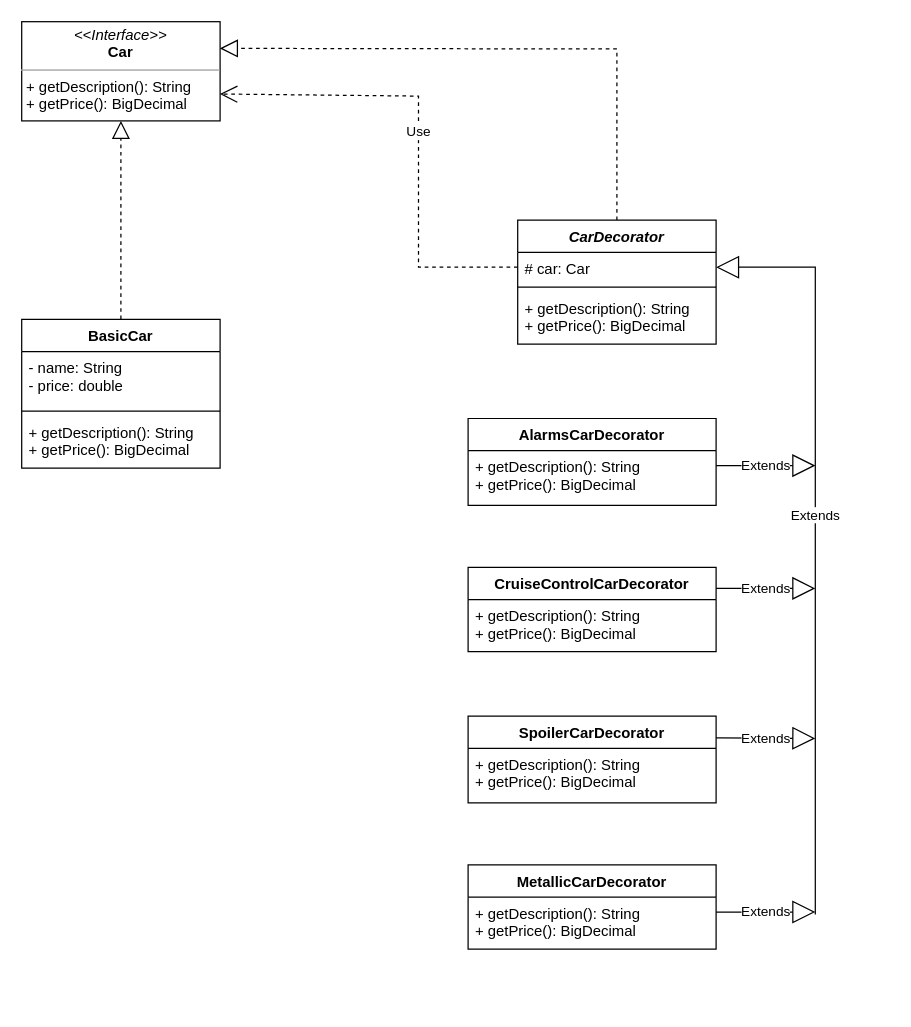
The draw.io diagram src/structural/decorator/decorator.drawio in SichniyAndriy/Avada_Task-5_Patterns, before the edit. Source tidied: cells renumbered, new cells numbered last; positions are measured from the earlier drawing's top-left corner, leaving out a move shared by most shapes. Both pictures are drawn from the tidied source at 124%, with x=0, y=0 at pixel (21, 21).
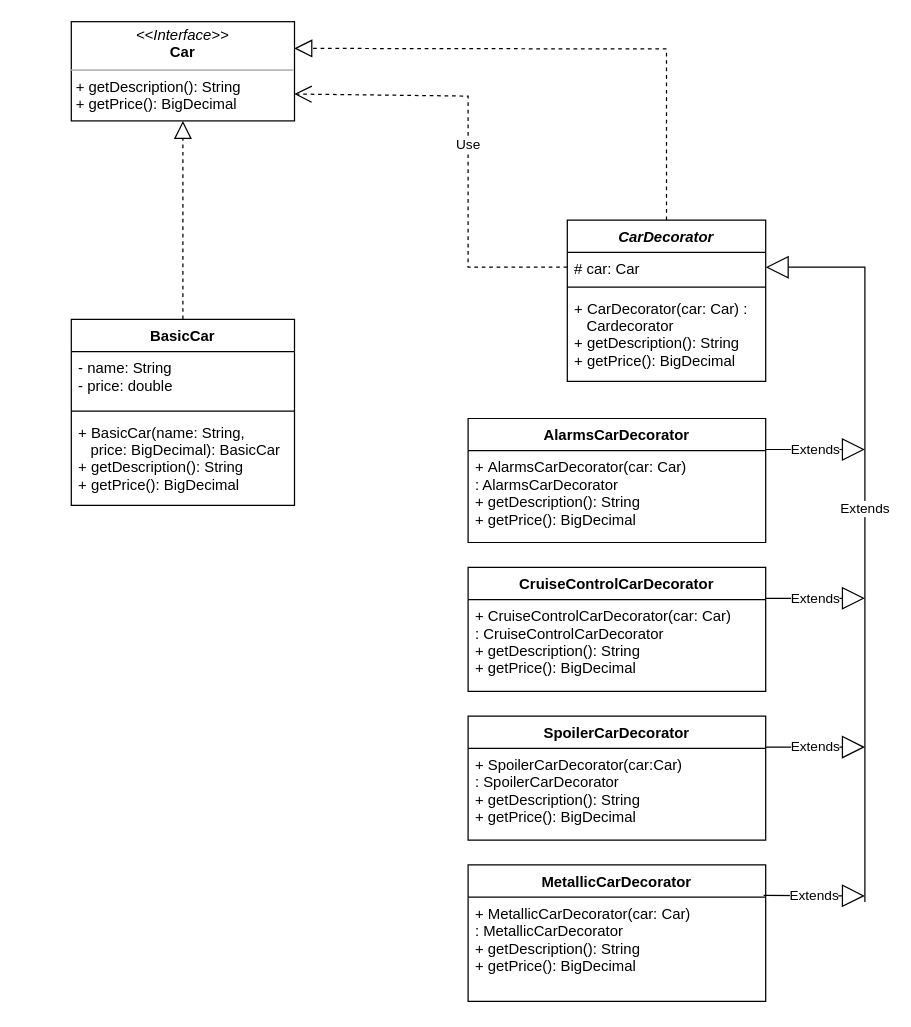
The same diagram, later.

Commit message:
fix decorator diagram

Unchanged cells that the change refers to:
```xml
<mxCell id="8" value="# car: Car" style="text;strokeColor=none;fillColor=none;align=left;verticalAlign=top;spacingLeft=4;spacingRight=4;overflow=hidden;points=[[0,0.5],[1,0.5]];portConstraint=eastwest;" parent="7" vertex="1">
  <mxGeometry y="26" width="160" height="24" as="geometry" />
</mxCell>
```

The edit, as a diff of the source:
```diff
@@
     <mxCell id="2" value="&lt;p style=&quot;margin:0px;margin-top:4px;text-align:center;&quot;&gt;&lt;i&gt;&amp;lt;&amp;lt;Interface&amp;gt;&amp;gt;&lt;/i&gt;&lt;br&gt;&lt;b&gt;Car&lt;/b&gt;&lt;/p&gt;&lt;hr size=&quot;1&quot;&gt;&lt;p style=&quot;margin:0px;margin-left:4px;&quot;&gt;+ getDescription(): String&lt;br style=&quot;padding: 0px; margin: 0px;&quot;&gt;+ getPrice(): BigDecimal&lt;br style=&quot;padding: 0px; margin: 0px;&quot;&gt;&lt;br&gt;&lt;/p&gt;" style="verticalAlign=top;align=left;overflow=fill;fontSize=12;fontFamily=Helvetica;html=1;" parent="1" vertex="1">
-      <mxGeometry width="160" height="80" as="geometry" />
+      <mxGeometry x="40" width="180" height="80" as="geometry" />
     </mxCell>
     <mxCell id="3" value="BasicCar" style="swimlane;fontStyle=1;align=center;verticalAlign=top;horizontal=1;startSize=26;" parent="1" vertex="1">
-      <mxGeometry y="240" width="160" height="120" as="geometry" />
+      <mxGeometry x="40" y="240" width="180" height="150" as="geometry" />
     </mxCell>
     <mxCell id="4" value="- name: String&#10;- price: double" style="text;strokeColor=none;fillColor=none;align=left;verticalAlign=top;spacingLeft=4;spacingRight=4;overflow=hidden;" parent="3" vertex="1">
-      <mxGeometry y="26" width="160" height="44" as="geometry" />
+      <mxGeometry y="26" width="180" height="44" as="geometry" />
     </mxCell>
     <mxCell id="5" style="line;strokeWidth=1;fillColor=none;align=left;verticalAlign=middle;spacingTop=-1;spacingLeft=3;spacingRight=3;labelPosition=right;strokeColor=inherit;" parent="3" vertex="1">
-      <mxGeometry y="70" width="160" height="8" as="geometry" />
+      <mxGeometry y="70" width="180" height="8" as="geometry" />
     </mxCell>
-    <mxCell id="6" value="+ getDescription(): String&#10;+ getPrice(): BigDecimal" style="text;strokeColor=none;fillColor=none;align=left;verticalAlign=top;spacingLeft=4;spacingRight=4;overflow=hidden;" parent="3" vertex="1">
-      <mxGeometry y="78" width="160" height="42" as="geometry" />
+    <mxCell id="6" value="+ BasicCar(name: String,&#10;   price: BigDecimal): BasicCar&#10;+ getDescription(): String&#10;+ getPrice(): BigDecimal" style="text;strokeColor=none;fillColor=none;align=left;verticalAlign=top;spacingLeft=4;spacingRight=4;overflow=hidden;" parent="3" vertex="1">
+      <mxGeometry y="78" width="180" height="72" as="geometry" />
     </mxCell>
     <mxCell id="7" value="CarDecorator" style="swimlane;fontStyle=3;align=center;verticalAlign=top;horizontal=1;startSize=26;" parent="1" vertex="1">
-      <mxGeometry x="400" y="160" width="160" height="100" as="geometry" />
+      <mxGeometry x="440" y="160" width="160" height="130" as="geometry" />
     </mxCell>
@@
-    <mxCell id="10" value="+ getDescription(): String&#10;+ getPrice(): BigDecimal" style="text;strokeColor=none;fillColor=none;align=left;verticalAlign=top;spacingLeft=4;spacingRight=4;overflow=hidden;" parent="7" vertex="1">
-      <mxGeometry y="58" width="160" height="42" as="geometry" />
+    <mxCell id="10" value="+ CarDecorator(car: Car) :&#10;   Cardecorator&#10;+ getDescription(): String&#10;+ getPrice(): BigDecimal" style="text;strokeColor=none;fillColor=none;align=left;verticalAlign=top;spacingLeft=4;spacingRight=4;overflow=hidden;" parent="7" vertex="1">
+      <mxGeometry y="58" width="160" height="72" as="geometry" />
     </mxCell>
     <mxCell id="11" value="CruiseControlCarDecorator" style="swimlane;fontStyle=1;align=center;verticalAlign=top;horizontal=1;startSize=26;" parent="1" vertex="1">
-      <mxGeometry x="360" y="440" width="200" height="68" as="geometry" />
+      <mxGeometry x="360" y="440" width="240" height="100" as="geometry" />
     </mxCell>
-    <mxCell id="12" value="+ getDescription(): String&#10;+ getPrice(): BigDecimal" style="text;strokeColor=none;fillColor=none;align=left;verticalAlign=top;spacingLeft=4;spacingRight=4;overflow=hidden;" parent="11" vertex="1">
-      <mxGeometry y="26" width="200" height="42" as="geometry" />
+    <mxCell id="12" value="+ CruiseControlCarDecorator(car: Car)&#10;: CruiseControlCarDecorator&#10;+ getDescription(): String&#10;+ getPrice(): BigDecimal" style="text;strokeColor=none;fillColor=none;align=left;verticalAlign=top;spacingLeft=4;spacingRight=4;overflow=hidden;" parent="11" vertex="1">
+      <mxGeometry y="26" width="240" height="74" as="geometry" />
     </mxCell>
     <mxCell id="13" value="AlarmsCarDecorator" style="swimlane;fontStyle=1;align=center;verticalAlign=top;horizontal=1;startSize=26;" parent="1" vertex="1">
-      <mxGeometry x="360" y="320" width="200" height="70" as="geometry" />
+      <mxGeometry x="360" y="320" width="240" height="100" as="geometry" />
     </mxCell>
-    <mxCell id="14" value="+ getDescription(): String&#10;+ getPrice(): BigDecimal" style="text;strokeColor=none;fillColor=none;align=left;verticalAlign=top;spacingLeft=4;spacingRight=4;overflow=hidden;" parent="13" vertex="1">
-      <mxGeometry y="26" width="200" height="44" as="geometry" />
+    <mxCell id="14" value="+ AlarmsCarDecorator(car: Car)&#10;: AlarmsCarDecorator&#10;+ getDescription(): String&#10;+ getPrice(): BigDecimal" style="text;strokeColor=none;fillColor=none;align=left;verticalAlign=top;spacingLeft=4;spacingRight=4;overflow=hidden;" parent="13" vertex="1">
+      <mxGeometry y="26" width="240" height="74" as="geometry" />
     </mxCell>
     <mxCell id="15" value="SpoilerCarDecorator" style="swimlane;fontStyle=1;align=center;verticalAlign=top;horizontal=1;startSize=26;" parent="1" vertex="1">
-      <mxGeometry x="360" y="560" width="200" height="70" as="geometry" />
+      <mxGeometry x="360" y="560" width="240" height="100" as="geometry" />
     </mxCell>
-    <mxCell id="16" value="+ getDescription(): String&#10;+ getPrice(): BigDecimal" style="text;strokeColor=none;fillColor=none;align=left;verticalAlign=top;spacingLeft=4;spacingRight=4;overflow=hidden;" parent="15" vertex="1">
-      <mxGeometry y="26" width="200" height="44" as="geometry" />
+    <mxCell id="16" value="+ SpoilerCarDecorator(car:Car)&#10;: SpoilerCarDecorator&#10;+ getDescription(): String&#10;+ getPrice(): BigDecimal" style="text;strokeColor=none;fillColor=none;align=left;verticalAlign=top;spacingLeft=4;spacingRight=4;overflow=hidden;" parent="15" vertex="1">
+      <mxGeometry y="26" width="240" height="74" as="geometry" />
     </mxCell>
     <mxCell id="17" value="MetallicCarDecorator" style="swimlane;fontStyle=1;align=center;verticalAlign=top;horizontal=1;startSize=26;" parent="1" vertex="1">
-      <mxGeometry x="360" y="680" width="200" height="68" as="geometry" />
+      <mxGeometry x="360" y="680" width="240" height="110" as="geometry" />
     </mxCell>
-    <mxCell id="18" value="+ getDescription(): String&#10;+ getPrice(): BigDecimal" style="text;strokeColor=none;fillColor=none;align=left;verticalAlign=top;spacingLeft=4;spacingRight=4;overflow=hidden;points=[[0,0.5],[1,0.5]];portConstraint=eastwest;" parent="17" vertex="1">
-      <mxGeometry y="26" width="200" height="42" as="geometry" />
+    <mxCell id="18" value="+ MetallicCarDecorator(car: Car)&#10;: MetallicCarDecorator&#10;+ getDescription(): String&#10;+ getPrice(): BigDecimal" style="text;strokeColor=none;fillColor=none;align=left;verticalAlign=top;spacingLeft=4;spacingRight=4;overflow=hidden;points=[[0,0.5],[1,0.5]];portConstraint=eastwest;" parent="17" vertex="1">
+      <mxGeometry y="26" width="240" height="84" as="geometry" />
     </mxCell>
     <mxCell id="19" value="Use" style="endArrow=open;endSize=12;dashed=1;html=1;rounded=0;exitX=0;exitY=0.5;exitDx=0;exitDy=0;entryX=0.999;entryY=0.729;entryDx=0;entryDy=0;entryPerimeter=0;" parent="1" edge="1" source="8" target="2">
       <mxGeometry relative="1" as="geometry">
         <Array as="points">
-          <mxPoint x="320" y="198" />
-          <mxPoint x="320" y="60" />
+          <mxPoint x="360" y="198" />
+          <mxPoint x="360" y="60" />
         </Array>
       </mxGeometry>
     </mxCell>
@@
     <mxCell id="21" style="endArrow=block;dashed=1;endFill=0;endSize=12;html=1;rounded=0;exitX=0.5;exitY=0;exitDx=0;exitDy=0;entryX=0.999;entryY=0.269;entryDx=0;entryDy=0;entryPerimeter=0;" parent="1" edge="1" source="7" target="2">
       <mxGeometry relative="1" as="geometry">
         <Array as="points">
-          <mxPoint x="480" y="22" />
+          <mxPoint x="520" y="22" />
         </Array>
       </mxGeometry>
     </mxCell>
     <mxCell id="22" value="Extends" style="endArrow=block;endSize=16;endFill=0;html=1;rounded=0;entryX=1;entryY=0.5;entryDx=0;entryDy=0;" parent="1" edge="1" target="8">
       <mxGeometry x="0.07" relative="1" as="geometry">
-        <mxPoint x="640" y="720" as="sourcePoint" />
+        <mxPoint x="680" y="710" as="sourcePoint" />
         <Array as="points">
-          <mxPoint x="640" y="198" />
+          <mxPoint x="680" y="198" />
         </Array>
       </mxGeometry>
     </mxCell>
-    <mxCell id="23" value="Extends" style="endArrow=block;endSize=16;endFill=0;html=1;rounded=0;exitX=1;exitY=0.5;exitDx=0;exitDy=0;" parent="1" edge="1">
+    <mxCell id="23" value="Extends" style="endArrow=block;endSize=16;endFill=0;html=1;rounded=0;exitX=1;exitY=0.25;exitDx=0;exitDy=0;" parent="1" edge="1" source="13">
       <mxGeometry relative="1" as="geometry">
-        <mxPoint x="560" y="358" as="sourcePoint" />
-        <mxPoint x="640" y="358" as="targetPoint" />
+        <mxPoint x="680" y="345" as="targetPoint" />
       </mxGeometry>
     </mxCell>
     <mxCell id="24" value="Extends" style="endArrow=block;endSize=16;endFill=0;html=1;rounded=0;exitX=1;exitY=0.25;exitDx=0;exitDy=0;" parent="1" edge="1" source="11">
       <mxGeometry relative="1" as="geometry">
-        <mxPoint x="640" y="457" as="targetPoint" />
+        <mxPoint x="680" y="465" as="targetPoint" />
       </mxGeometry>
     </mxCell>
     <mxCell id="25" value="Extends" style="endArrow=block;endSize=16;endFill=0;html=1;rounded=0;exitX=1;exitY=0.25;exitDx=0;exitDy=0;" parent="1" edge="1" source="15">
       <mxGeometry relative="1" as="geometry">
-        <mxPoint x="640" y="578" as="targetPoint" />
+        <mxPoint x="680" y="585" as="targetPoint" />
       </mxGeometry>
     </mxCell>
-    <mxCell id="26" value="Extends" style="endArrow=block;endSize=16;endFill=0;html=1;rounded=0;exitX=1;exitY=0.5;exitDx=0;exitDy=0;" parent="1" edge="1">
+    <mxCell id="26" value="Extends" style="endArrow=block;endSize=16;endFill=0;html=1;rounded=0;exitX=0.993;exitY=-0.016;exitDx=0;exitDy=0;exitPerimeter=0;" parent="1" edge="1" source="18">
       <mxGeometry relative="1" as="geometry">
-        <mxPoint x="560" y="718" as="sourcePoint" />
-        <mxPoint x="640" y="718" as="targetPoint" />
+        <mxPoint x="680" y="705" as="targetPoint" />
       </mxGeometry>
     </mxCell>
```
